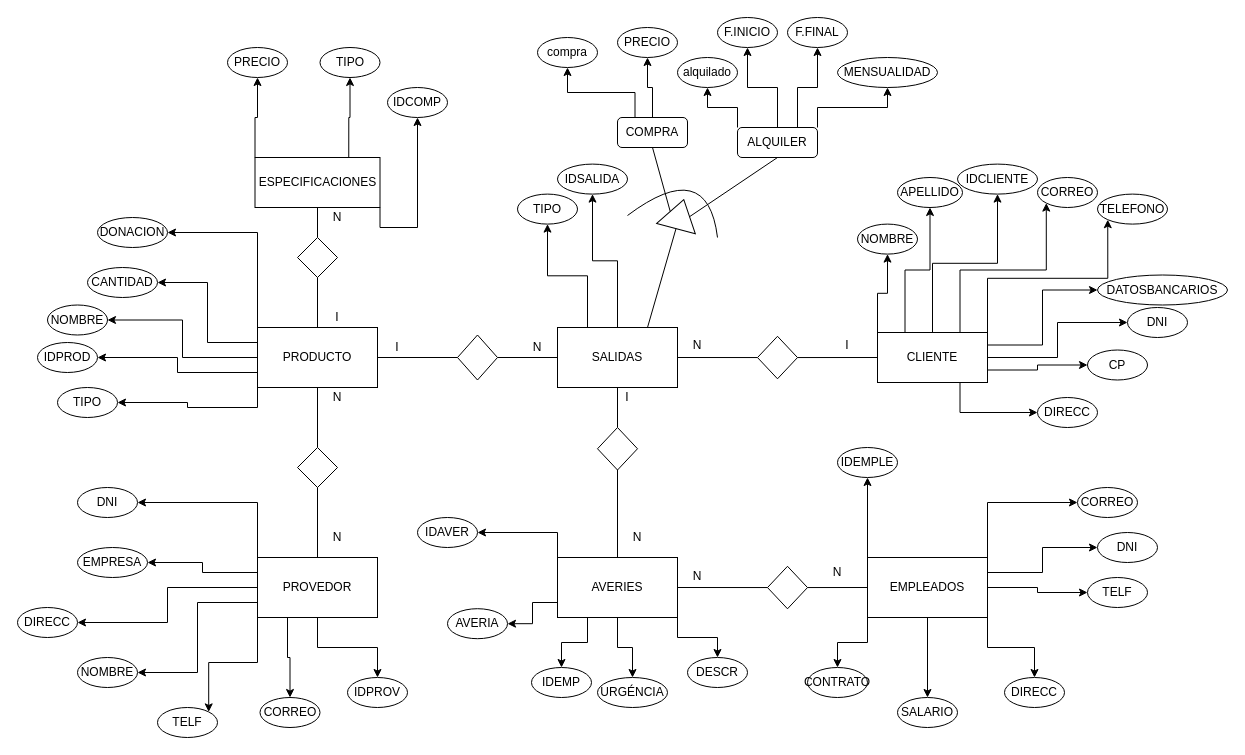
Earlier version of the draw.io diagram Esquemas/er.drawio (rentech-cl/Drive). Source tidied: cells renumbered, new cells numbered last; positions are measured from the earlier drawing's top-left corner, leaving out a move shared by most shapes. Both pictures are drawn from the tidied source at 100%, with x=0, y=0 at pixel (17, 17).
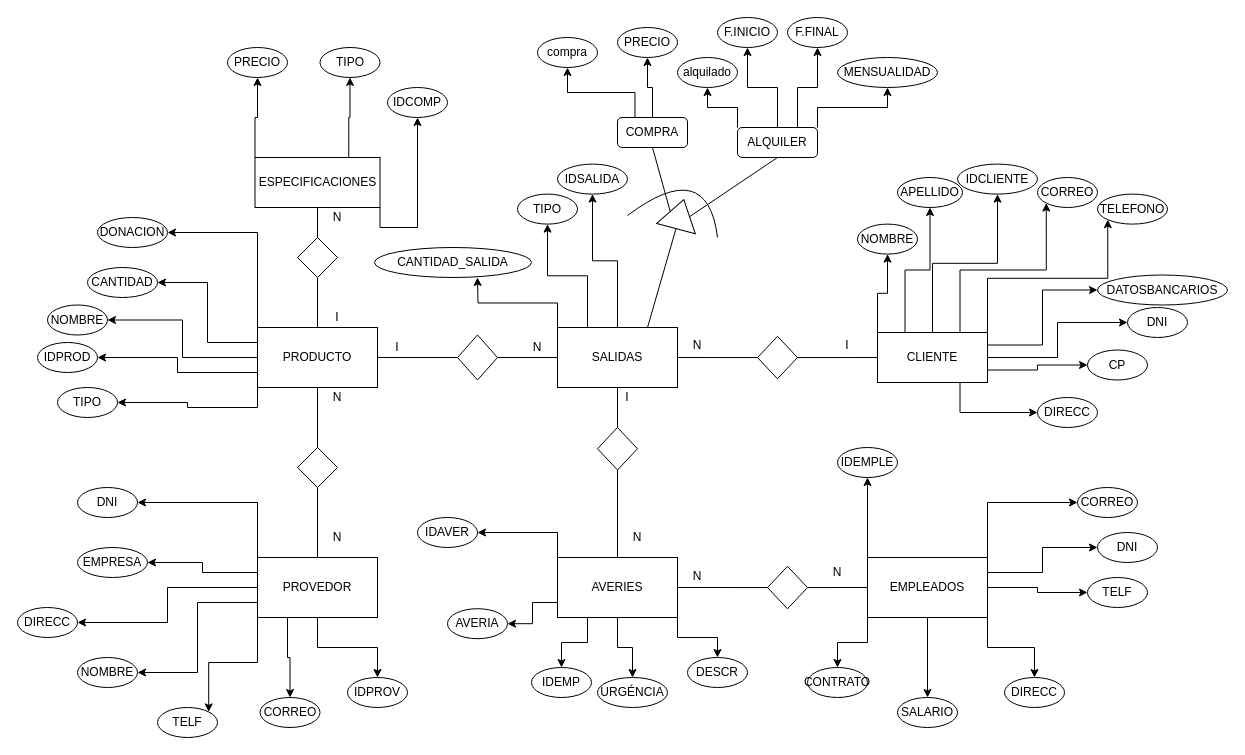
After the change.

The change refers to these unchanged cells:
```xml
<mxCell id="10" value="SALIDAS" style="rounded=0;whiteSpace=wrap;html=1;" parent="1" vertex="1">
  <mxGeometry x="540" y="310" width="120" height="60" as="geometry" />
</mxCell>
```

The edit, as a diff of the source:
```diff
@@
+    <mxCell id="141" style="edgeStyle=orthogonalEdgeStyle;rounded=0;jettySize=auto;html=1;exitX=0;exitY=0;exitDx=0;exitDy=0;" parent="1" edge="1" source="10">
+      <mxGeometry relative="1" as="geometry">
+        <mxPoint x="460" y="260" as="targetPoint" />
+      </mxGeometry>
+    </mxCell>
@@
+    <mxCell id="142" value="CANTIDAD_SALIDA" style="ellipse;whiteSpace=wrap;html=1;" parent="1" vertex="1">
+      <mxGeometry x="357" y="230" width="157" height="30" as="geometry" />
+    </mxCell>
```
